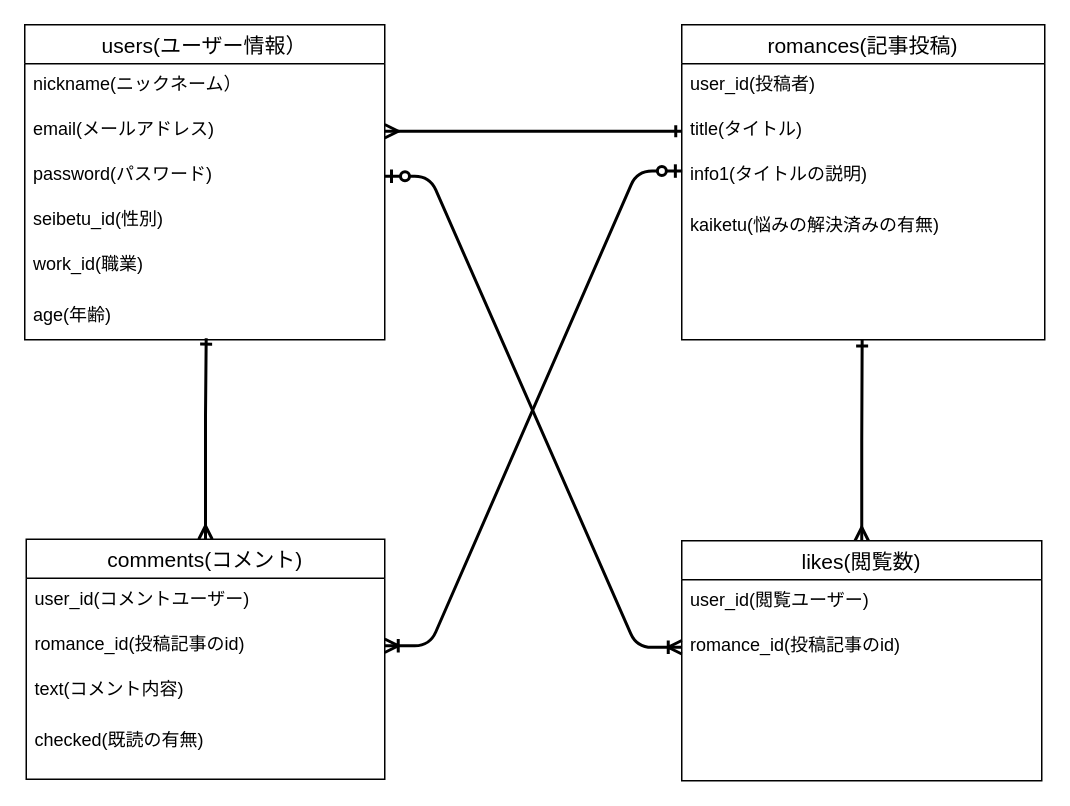
This is love_dating.dio from nishikawa-naonori/love-dating-33453, a draw.io file, before an edit. Source tidied: cells renumbered, new cells numbered last; positions are measured from the earlier drawing's top-left corner, leaving out a move shared by most shapes. Both pictures are drawn from the tidied source at 150%, with x=0, y=0 at pixel (24, 24).
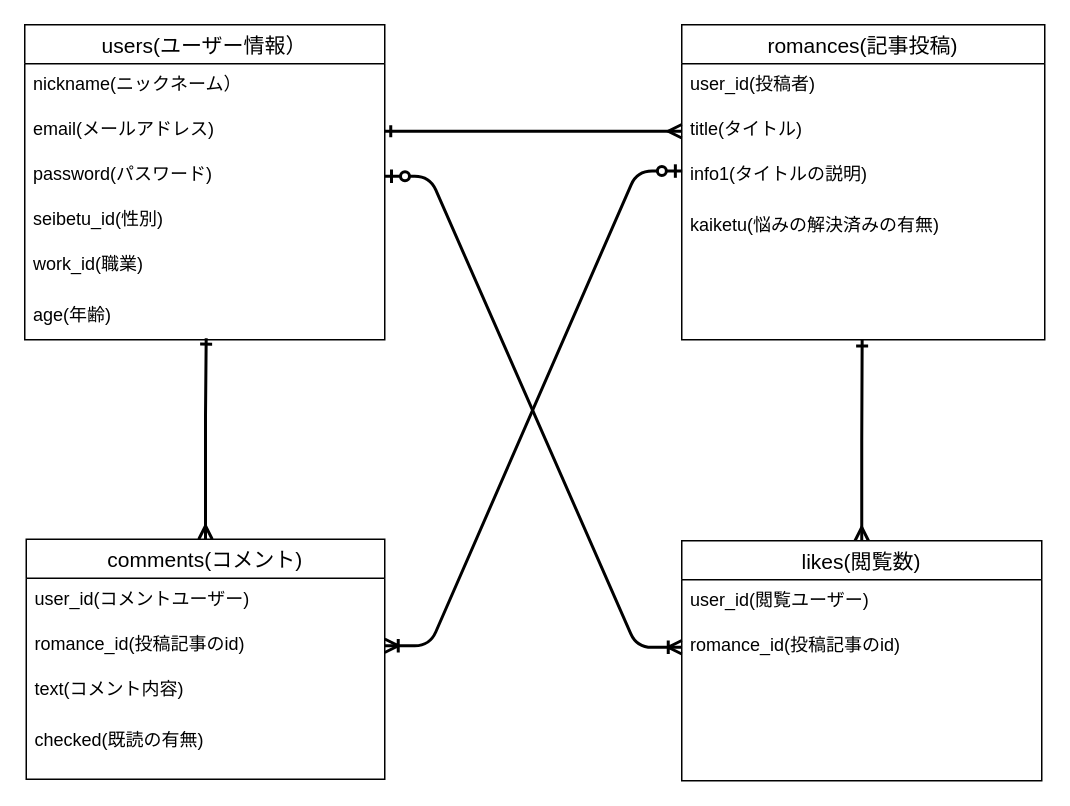
Above is the later version.

Commit message:
これでラスト３

The change refers to these unchanged cells:
```xml
<mxCell id="4" value="email(メールアドレス)" style="text;strokeColor=none;fillColor=none;spacingLeft=4;spacingRight=4;overflow=hidden;points=[[0,0.5],[1,0.5]];portConstraint=eastwest;fontSize=12;" parent="2" vertex="1">
  <mxGeometry y="56" width="240" height="30" as="geometry" />
</mxCell>
<mxCell id="17" value="title(タイトル)" style="text;strokeColor=none;fillColor=none;spacingLeft=4;spacingRight=4;overflow=hidden;points=[[0,0.5],[1,0.5]];portConstraint=eastwest;fontSize=12;" parent="15" vertex="1">
  <mxGeometry y="56" width="242" height="30" as="geometry" />
</mxCell>
```

What changed in the source:
```diff
@@
-    <mxCell id="29" style="edgeStyle=orthogonalEdgeStyle;rounded=0;jumpSize=8;jettySize=auto;html=1;exitX=1;exitY=0.5;exitDx=0;exitDy=0;entryX=0;entryY=0.5;entryDx=0;entryDy=0;startArrow=ERmany;startFill=0;startSize=6;sourcePerimeterSpacing=0;endArrow=ERone;endFill=0;endSize=5;targetPerimeterSpacing=0;strokeWidth=2;" parent="1" edge="1" source="4" target="17">
+    <mxCell id="29" style="edgeStyle=orthogonalEdgeStyle;rounded=0;jumpSize=8;jettySize=auto;html=1;exitX=0;exitY=0.5;exitDx=0;exitDy=0;startArrow=ERmany;startFill=0;startSize=6;sourcePerimeterSpacing=0;endArrow=ERone;endFill=0;endSize=5;targetPerimeterSpacing=0;strokeWidth=2;entryX=1;entryY=0.5;entryDx=0;entryDy=0;" parent="1" edge="1" source="17" target="4">
       <mxGeometry relative="1" as="geometry" />
     </mxCell>
```
